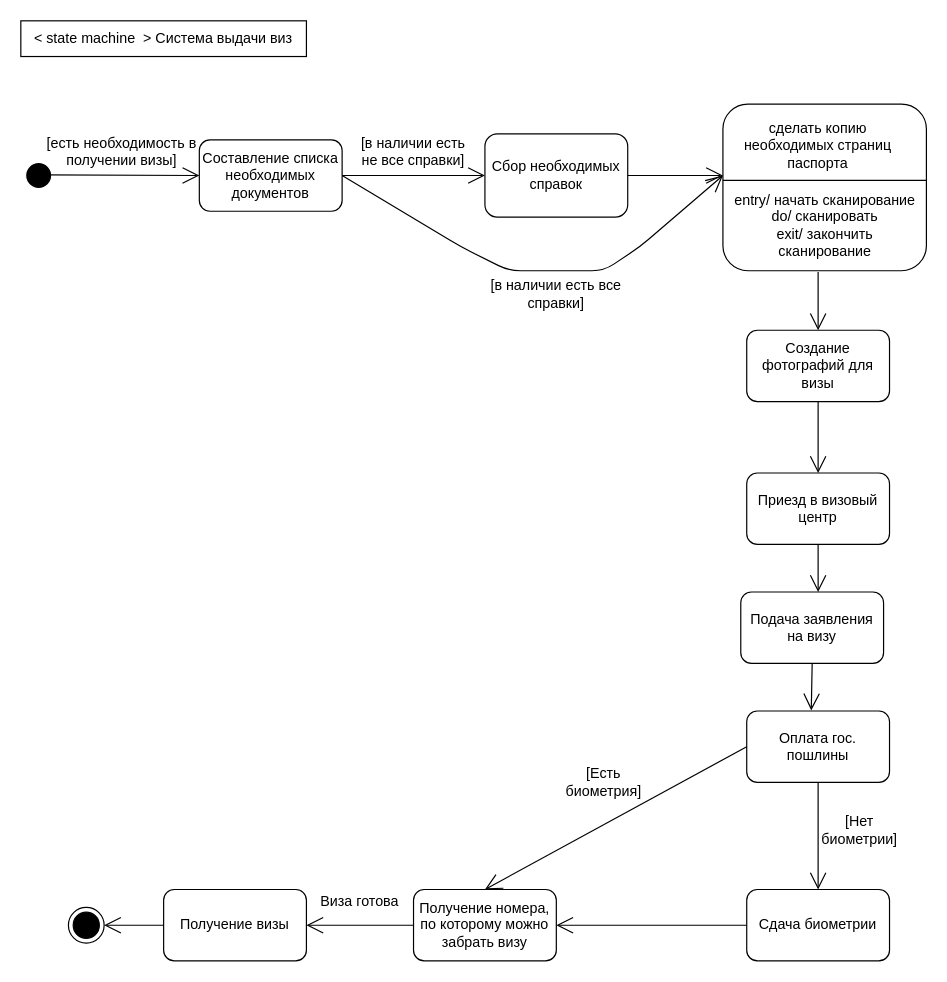
Earlier version of the draw.io diagram LR3/Untitled Diagram.drawio (f0rsunka/UML). Source tidied: cells renumbered, new cells numbered last; positions are measured from the earlier drawing's top-left corner, leaving out a move shared by most shapes. Both pictures are drawn from the tidied source at 119%, with x=0, y=0 at pixel (20, 20).
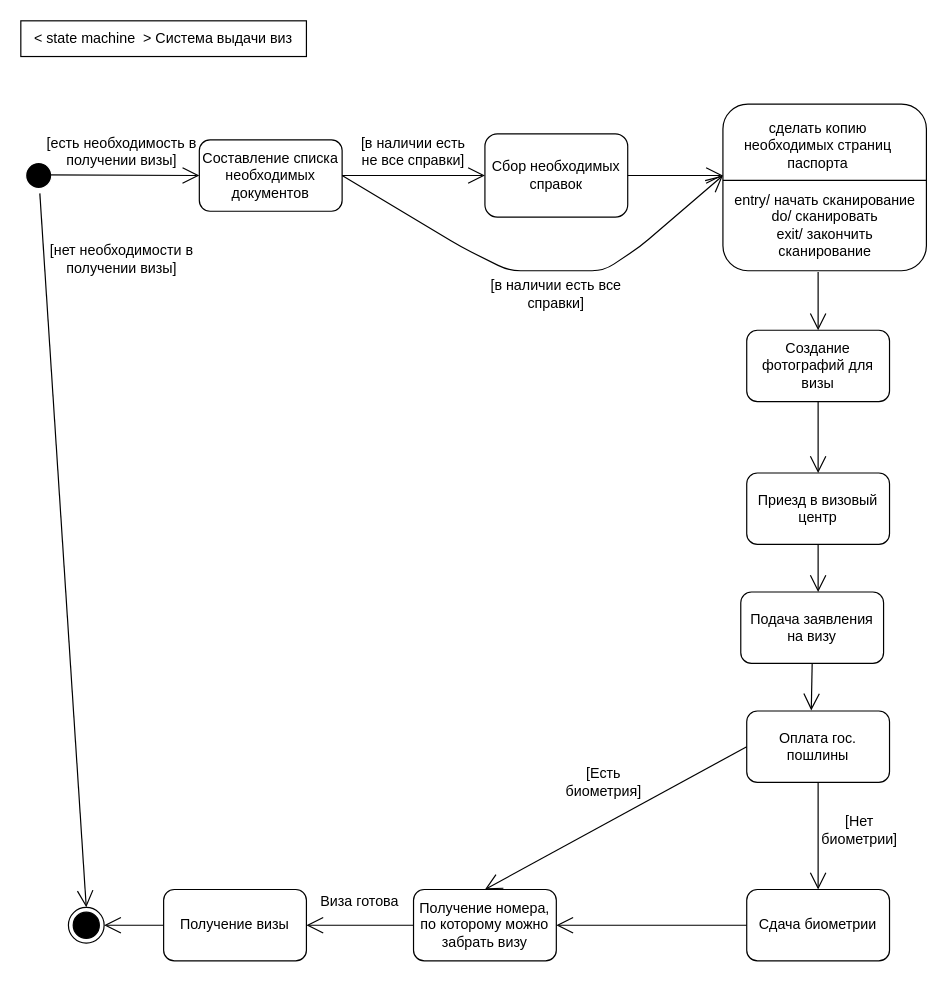
The same page after the edit.

The change refers to these unchanged cells:
```xml
<mxCell id="3" style="ellipse;html=1;shape=endState;fillColor=#000000;strokeColor=#000000;" parent="1" vertex="1">
  <mxGeometry x="40" y="745" width="30" height="30" as="geometry" />
</mxCell>
<mxCell id="4" style="ellipse;html=1;shape=endState;fillColor=#000000;strokeColor=#FFFFFF;" parent="1" vertex="1">
  <mxGeometry y="115" width="30" height="30" as="geometry" />
</mxCell>
```

Diff of the diagram source:
```diff
@@
+    <mxCell id="38" style="endArrow=open;endFill=1;endSize=12;html=1;entryX=0.5;entryY=0;entryDx=0;entryDy=0;" parent="1" edge="1" source="4" target="3">
+      <mxGeometry relative="1" as="geometry" />
+    </mxCell>
+    <mxCell id="39" value="[нет необходимости в получении визы]" style="text;html=1;strokeColor=none;fillColor=none;align=center;verticalAlign=middle;whiteSpace=wrap;rounded=0;" parent="1" vertex="1">
+      <mxGeometry y="190" width="170" height="20" as="geometry" />
+    </mxCell>
```
